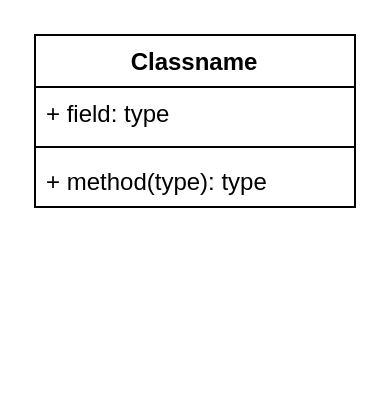
The draw.io diagram Diagrama sin título.drawio in NixieNixi/diagramaClases, before the edit. Source tidied: cells renumbered, new cells numbered last; positions are measured from the earlier drawing's top-left corner, leaving out a move shared by most shapes. Both pictures are drawn from the tidied source at 200%, with x=0, y=0 at pixel (34, 34).
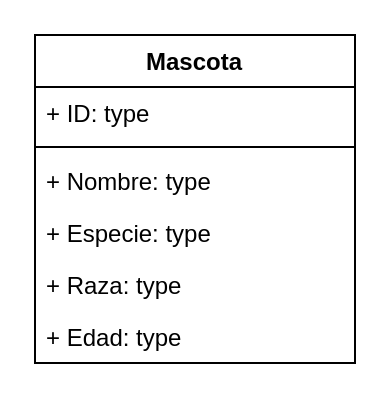
The same diagram, later.

Commit message:
Clase Mascota

Change to the diagram source:
```diff
@@
 <mxGraphModel>
   <root>
     <mxCell id="0" />
     <mxCell id="1" parent="0" />
-    <mxCell id="2" value="Classname" style="swimlane;fontStyle=1;align=center;verticalAlign=top;horizontal=1;startSize=26;whiteSpace=wrap;html=1;" parent="1" vertex="1">
-      <mxGeometry width="160" height="86" as="geometry" />
+    <mxCell id="2" value="Mascota" style="swimlane;fontStyle=1;align=center;verticalAlign=top;horizontal=1;startSize=26;whiteSpace=wrap;html=1;" parent="1" vertex="1">
+      <mxGeometry width="160" height="164" as="geometry" />
     </mxCell>
-    <mxCell id="3" value="+ field: type" style="text;strokeColor=none;fillColor=none;align=left;verticalAlign=top;spacingLeft=4;spacingRight=4;overflow=hidden;whiteSpace=wrap;html=1;" parent="2" vertex="1">
+    <mxCell id="3" value="+ ID: type" style="text;strokeColor=none;fillColor=none;align=left;verticalAlign=top;spacingLeft=4;spacingRight=4;overflow=hidden;whiteSpace=wrap;html=1;" parent="2" vertex="1">
       <mxGeometry y="26" width="160" height="26" as="geometry" />
     </mxCell>
     <mxCell id="4" style="line;strokeWidth=1;fillColor=none;align=left;verticalAlign=middle;spacingTop=-1;spacingLeft=3;spacingRight=3;labelPosition=right;strokeColor=inherit;" parent="2" vertex="1">
       <mxGeometry y="52" width="160" height="8" as="geometry" />
     </mxCell>
-    <mxCell id="5" value="+ method(type): type" style="text;strokeColor=none;fillColor=none;align=left;verticalAlign=top;spacingLeft=4;spacingRight=4;overflow=hidden;whiteSpace=wrap;html=1;" parent="2" vertex="1">
-      <mxGeometry y="60" width="160" height="26" as="geometry" />
-    </mxCell>
+    <mxCell id="6" value="+ Nombre: type" style="text;strokeColor=none;fillColor=none;align=left;verticalAlign=top;spacingLeft=4;spacingRight=4;overflow=hidden;whiteSpace=wrap;html=1;" parent="2" vertex="1">
+      <mxGeometry y="60" width="160" height="26" as="geometry" />
+    </mxCell>
+    <mxCell id="7" value="+ Especie: type" style="text;strokeColor=none;fillColor=none;align=left;verticalAlign=top;spacingLeft=4;spacingRight=4;overflow=hidden;whiteSpace=wrap;html=1;" parent="2" vertex="1">
+      <mxGeometry y="86" width="160" height="26" as="geometry" />
+    </mxCell>
+    <mxCell id="8" value="+ Raza: type" style="text;strokeColor=none;fillColor=none;align=left;verticalAlign=top;spacingLeft=4;spacingRight=4;overflow=hidden;whiteSpace=wrap;html=1;" parent="2" vertex="1">
+      <mxGeometry y="112" width="160" height="26" as="geometry" />
+    </mxCell>
+    <mxCell id="9" value="+ Edad: type" style="text;strokeColor=none;fillColor=none;align=left;verticalAlign=top;spacingLeft=4;spacingRight=4;overflow=hidden;whiteSpace=wrap;html=1;" parent="2" vertex="1">
+      <mxGeometry y="138" width="160" height="26" as="geometry" />
+    </mxCell>
   </root>
 </mxGraphModel>
```
